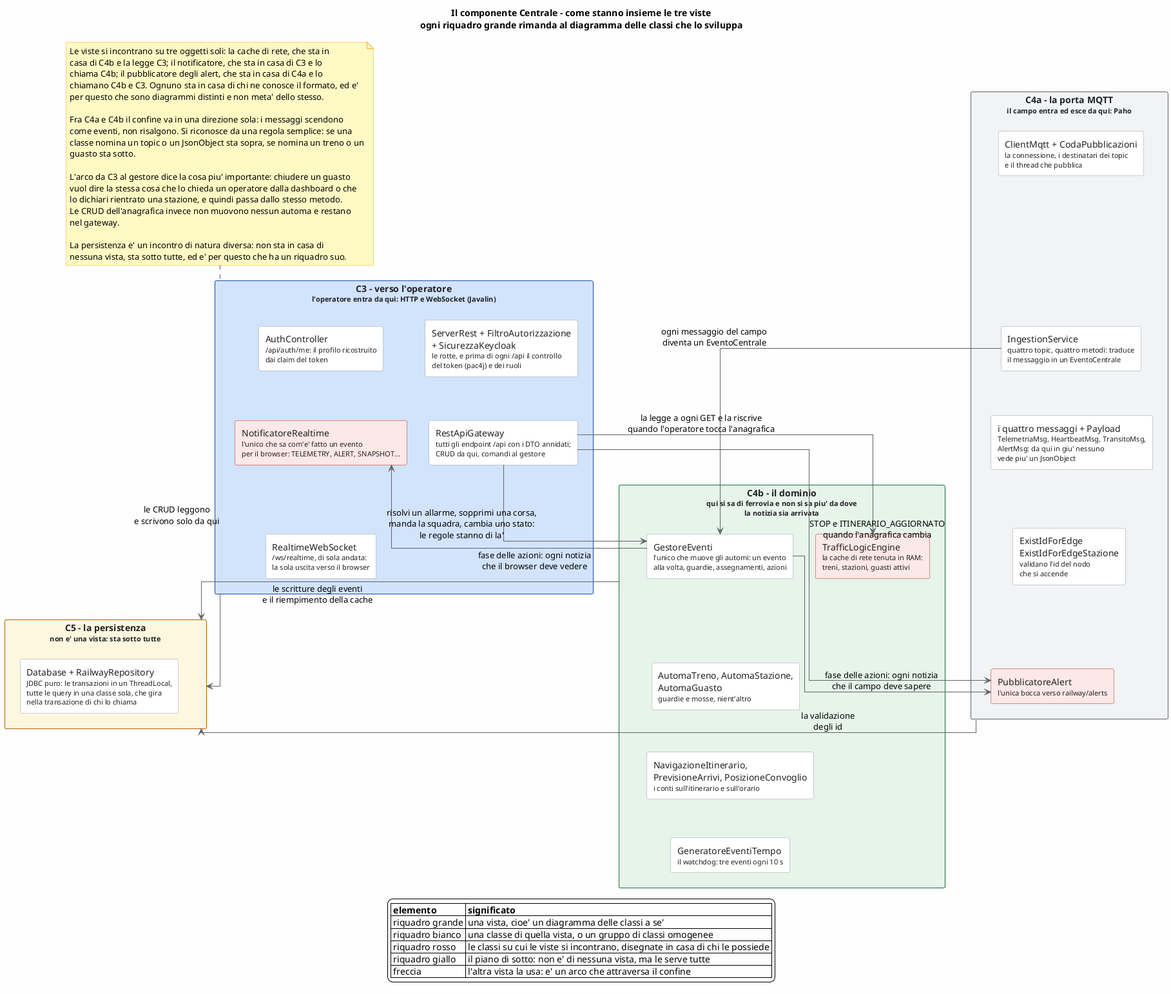
Earlier version of the PlantUML export doc/documentazioneFinale/immaginiDocumentazioneDelSistemaMonitoraggioEGestioneDelTrafficoFerroviario/classi_mappa_centrale.png (mar-robba/PISSIR).
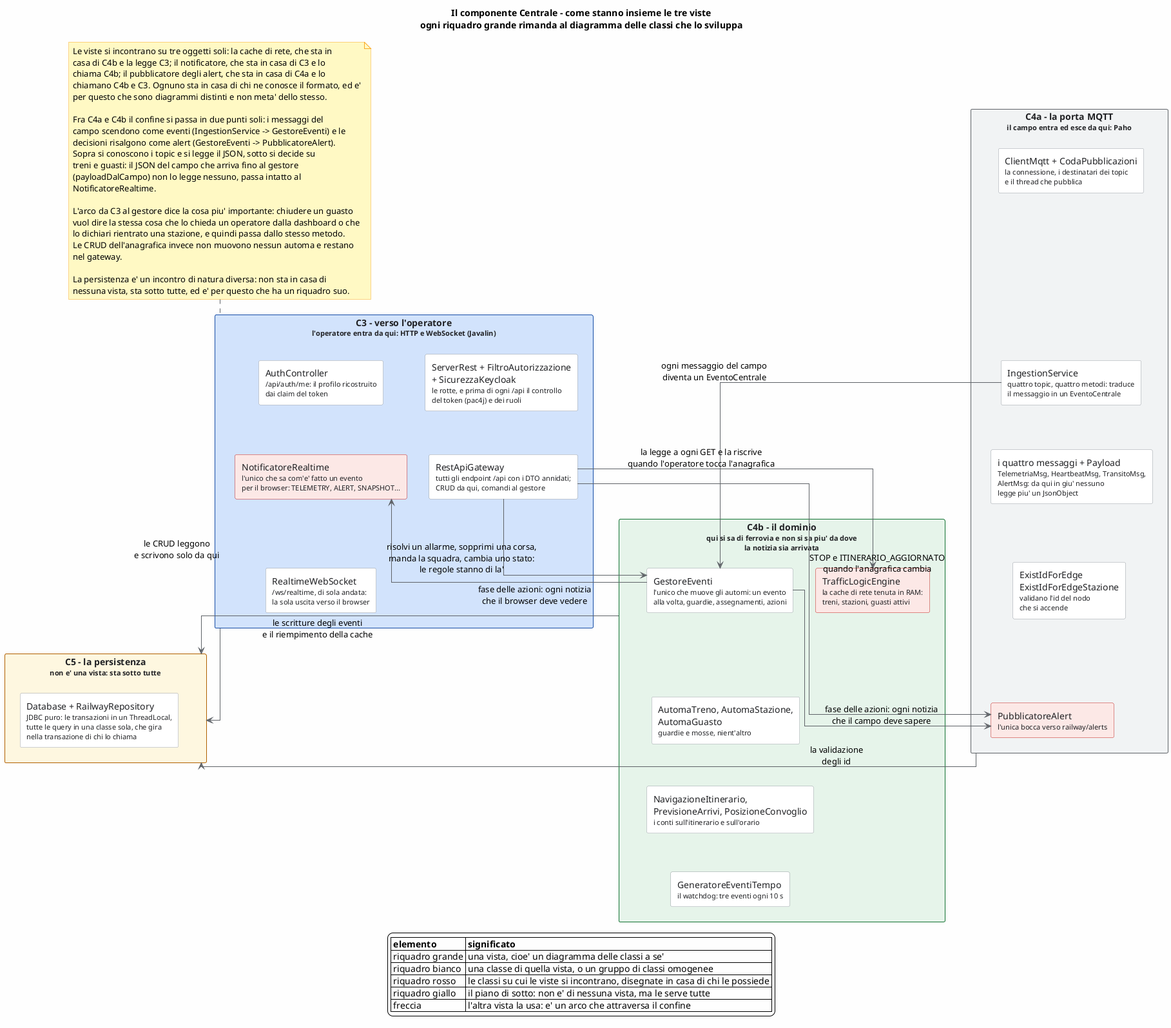
The same file after the commit.

Diff of the diagram source:
```diff
@@ -53,7 +53,7 @@
 rectangle "C4a - la porta MQTT\n<size:11>il campo entra ed esce da qui: Paho</size>" as C4A <<porta>> {
     rectangle "ClientMqtt + CodaPubblicazioni\n<size:11>la connessione, i destinatari dei topic</size>\n<size:11>e il thread che pubblica</size>" as CLIENT <<classe>>
     rectangle "IngestionService\n<size:11>quattro topic, quattro metodi: traduce</size>\n<size:11>il messaggio in un EventoCentrale</size>" as INGEST <<classe>>
-    rectangle "i quattro messaggi + Payload\n<size:11>TelemetriaMsg, HeartbeatMsg, TransitoMsg,</size>\n<size:11>AlertMsg: da qui in giu' nessuno</size>\n<size:11>vede piu' un JsonObject</size>" as MSG <<classe>>
+    rectangle "i quattro messaggi + Payload\n<size:11>TelemetriaMsg, HeartbeatMsg, TransitoMsg,</size>\n<size:11>AlertMsg: da qui in giu' nessuno</size>\n<size:11>legge piu' un JsonObject</size>" as MSG <<classe>>
     rectangle "ExistIdForEdge\nExistIdForEdgeStazione\n<size:11>validano l'id del nodo</size>\n<size:11>che si accende</size>" as VALID <<classe>>
     rectangle "PubblicatoreAlert\n<size:11>l'unica bocca verso railway/alerts</size>" as PUB <<incontro>>
 }
@@ -101,10 +101,13 @@
   chiamano C4b e C3. Ognuno sta in casa di chi ne conosce il formato, ed e'
   per questo che sono diagrammi distinti e non meta' dello stesso.
 
-  Fra C4a e C4b il confine va in una direzione sola: i messaggi scendono
-  come eventi, non risalgono. Si riconosce da una regola semplice: se una
-  classe nomina un topic o un JsonObject sta sopra, se nomina un treno o un
-  guasto sta sotto.
+  Fra C4a e C4b il confine si passa in due punti soli: i messaggi del
+  campo scendono come eventi (IngestionService -> GestoreEventi) e le
+  decisioni risalgono come alert (GestoreEventi -> PubblicatoreAlert).
+  Sopra si conoscono i topic e si legge il JSON, sotto si decide su
+  treni e guasti: il JSON del campo che arriva fino al gestore
+  (payloadDalCampo) non lo legge nessuno, passa intatto al
+  NotificatoreRealtime.
 
   L'arco da C3 al gestore dice la cosa piu' importante: chiudere un guasto
   vuol dire la stessa cosa che lo chieda un operatore dalla dashboard o che
```
